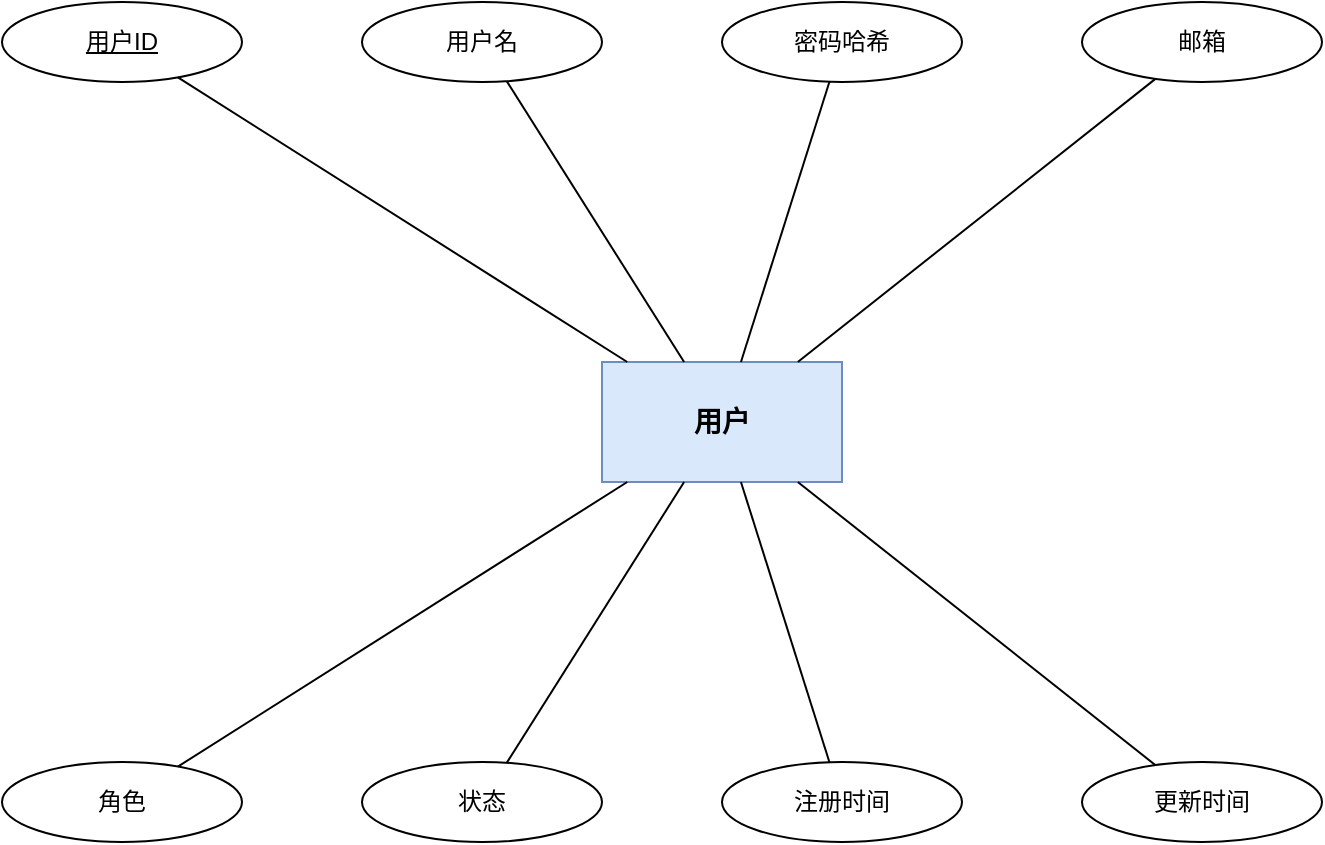
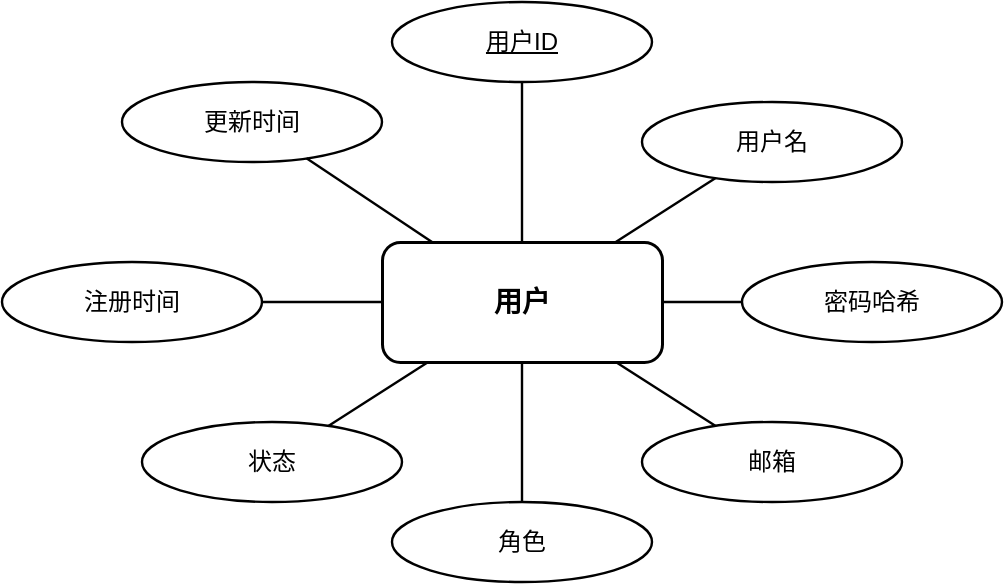
- <mxfile host="app.diagrams.net" type="device">
+ <mxfile host="Electron">
  <diagram name="用户实体属性图" id="entUser">
-     <mxGraphModel dx="800" dy="500" grid="1" gridSize="10" guides="1" tooltips="1" connect="1" arrows="1" fold="1" page="1" pageScale="1" pageWidth="800" pageHeight="500" math="0" shadow="0">
+     <mxGraphModel dx="934" dy="662" grid="1" gridSize="10" guides="1" tooltips="1" connect="1" arrows="1" fold="1" page="1" pageScale="1" pageWidth="1000" pageHeight="720" math="0" shadow="0">
      <root>
-         <mxCell id="0"/>
-         <mxCell id="1" parent="0"/>
-         <mxCell id="ent" value="用户" style="rounded=0;whiteSpace=wrap;html=1;fontSize=14;fontStyle=1;fillColor=#dae8fc;strokeColor=#6c8ebf;" vertex="1" parent="1"><mxGeometry x="340" y="220" width="120" height="60" as="geometry"/></mxCell>
-         <mxCell id="a1" value="&lt;u&gt;用户ID&lt;/u&gt;" style="ellipse;whiteSpace=wrap;html=1;fontSize=12;" vertex="1" parent="1"><mxGeometry x="40" y="40" width="120" height="40" as="geometry"/></mxCell>
-         <mxCell id="a2" value="用户名" style="ellipse;whiteSpace=wrap;html=1;fontSize=12;" vertex="1" parent="1"><mxGeometry x="220" y="40" width="120" height="40" as="geometry"/></mxCell>
-         <mxCell id="a3" value="密码哈希" style="ellipse;whiteSpace=wrap;html=1;fontSize=12;" vertex="1" parent="1"><mxGeometry x="400" y="40" width="120" height="40" as="geometry"/></mxCell>
-         <mxCell id="a4" value="邮箱" style="ellipse;whiteSpace=wrap;html=1;fontSize=12;" vertex="1" parent="1"><mxGeometry x="580" y="40" width="120" height="40" as="geometry"/></mxCell>
-         <mxCell id="a5" value="角色" style="ellipse;whiteSpace=wrap;html=1;fontSize=12;" vertex="1" parent="1"><mxGeometry x="40" y="420" width="120" height="40" as="geometry"/></mxCell>
-         <mxCell id="a6" value="状态" style="ellipse;whiteSpace=wrap;html=1;fontSize=12;" vertex="1" parent="1"><mxGeometry x="220" y="420" width="120" height="40" as="geometry"/></mxCell>
-         <mxCell id="a7" value="注册时间" style="ellipse;whiteSpace=wrap;html=1;fontSize=12;" vertex="1" parent="1"><mxGeometry x="400" y="420" width="120" height="40" as="geometry"/></mxCell>
-         <mxCell id="a8" value="更新时间" style="ellipse;whiteSpace=wrap;html=1;fontSize=12;" vertex="1" parent="1"><mxGeometry x="580" y="420" width="120" height="40" as="geometry"/></mxCell>
-         <mxCell id="e1" style="endArrow=none;html=1;" edge="1" parent="1" source="ent" target="a1"><mxGeometry relative="1" as="geometry"/></mxCell>
-         <mxCell id="e2" style="endArrow=none;html=1;" edge="1" parent="1" source="ent" target="a2"><mxGeometry relative="1" as="geometry"/></mxCell>
-         <mxCell id="e3" style="endArrow=none;html=1;" edge="1" parent="1" source="ent" target="a3"><mxGeometry relative="1" as="geometry"/></mxCell>
-         <mxCell id="e4" style="endArrow=none;html=1;" edge="1" parent="1" source="ent" target="a4"><mxGeometry relative="1" as="geometry"/></mxCell>
-         <mxCell id="e5" style="endArrow=none;html=1;" edge="1" parent="1" source="ent" target="a5"><mxGeometry relative="1" as="geometry"/></mxCell>
-         <mxCell id="e6" style="endArrow=none;html=1;" edge="1" parent="1" source="ent" target="a6"><mxGeometry relative="1" as="geometry"/></mxCell>
-         <mxCell id="e7" style="endArrow=none;html=1;" edge="1" parent="1" source="ent" target="a7"><mxGeometry relative="1" as="geometry"/></mxCell>
-         <mxCell id="e8" style="endArrow=none;html=1;" edge="1" parent="1" source="ent" target="a8"><mxGeometry relative="1" as="geometry"/></mxCell>
+         <mxCell id="0" />
+         <mxCell id="1" parent="0" />
+         <mxCell id="ent" parent="1" style="rounded=1;whiteSpace=wrap;html=1;fontSize=14;fontStyle=1;strokeWidth=1.5;labelBackgroundColor=none;" value="用户" vertex="1">
+           <mxGeometry height="60" width="140" x="430" y="330" as="geometry" />
+         </mxCell>
+         <mxCell id="a1" parent="1" style="ellipse;whiteSpace=wrap;html=1;fontSize=12;strokeWidth=1.2;labelBackgroundColor=none;rounded=1;" value="&lt;u&gt;用户ID&lt;/u&gt;" vertex="1">
+           <mxGeometry height="40" width="130" x="435" y="210" as="geometry" />
+         </mxCell>
+         <mxCell id="a2" parent="1" style="ellipse;whiteSpace=wrap;html=1;fontSize=12;strokeWidth=1.2;labelBackgroundColor=none;rounded=1;" value="用户名" vertex="1">
+           <mxGeometry height="40" width="130" x="560" y="260" as="geometry" />
+         </mxCell>
+         <mxCell id="a3" parent="1" style="ellipse;whiteSpace=wrap;html=1;fontSize=12;strokeWidth=1.2;labelBackgroundColor=none;rounded=1;" value="密码哈希" vertex="1">
+           <mxGeometry height="40" width="130" x="610" y="340" as="geometry" />
+         </mxCell>
+         <mxCell id="a4" parent="1" style="ellipse;whiteSpace=wrap;html=1;fontSize=12;strokeWidth=1.2;labelBackgroundColor=none;rounded=1;" value="邮箱" vertex="1">
+           <mxGeometry height="40" width="130" x="560" y="420" as="geometry" />
+         </mxCell>
+         <mxCell id="a5" parent="1" style="ellipse;whiteSpace=wrap;html=1;fontSize=12;strokeWidth=1.2;labelBackgroundColor=none;rounded=1;" value="角色" vertex="1">
+           <mxGeometry height="40" width="130" x="435" y="460" as="geometry" />
+         </mxCell>
+         <mxCell id="a6" parent="1" style="ellipse;whiteSpace=wrap;html=1;fontSize=12;strokeWidth=1.2;labelBackgroundColor=none;rounded=1;" value="状态" vertex="1">
+           <mxGeometry height="40" width="130" x="310" y="420" as="geometry" />
+         </mxCell>
+         <mxCell id="a7" parent="1" style="ellipse;whiteSpace=wrap;html=1;fontSize=12;strokeWidth=1.2;labelBackgroundColor=none;rounded=1;" value="注册时间" vertex="1">
+           <mxGeometry height="40" width="130" x="240" y="340" as="geometry" />
+         </mxCell>
+         <mxCell id="a8" parent="1" style="ellipse;whiteSpace=wrap;html=1;fontSize=12;strokeWidth=1.2;labelBackgroundColor=none;rounded=1;" value="更新时间" vertex="1">
+           <mxGeometry height="40" width="130" x="300" y="250" as="geometry" />
+         </mxCell>
+         <mxCell id="e1" edge="1" parent="1" source="ent" style="endArrow=none;html=1;strokeWidth=1.2;labelBackgroundColor=none;fontColor=default;" target="a1">
+           <mxGeometry relative="1" as="geometry" />
+         </mxCell>
+         <mxCell id="e2" edge="1" parent="1" source="ent" style="endArrow=none;html=1;strokeWidth=1.2;labelBackgroundColor=none;fontColor=default;" target="a2">
+           <mxGeometry relative="1" as="geometry" />
+         </mxCell>
+         <mxCell id="e3" edge="1" parent="1" source="ent" style="endArrow=none;html=1;strokeWidth=1.2;labelBackgroundColor=none;fontColor=default;" target="a3">
+           <mxGeometry relative="1" as="geometry" />
+         </mxCell>
+         <mxCell id="e4" edge="1" parent="1" source="ent" style="endArrow=none;html=1;strokeWidth=1.2;labelBackgroundColor=none;fontColor=default;" target="a4">
+           <mxGeometry relative="1" as="geometry" />
+         </mxCell>
+         <mxCell id="e5" edge="1" parent="1" source="ent" style="endArrow=none;html=1;strokeWidth=1.2;labelBackgroundColor=none;fontColor=default;" target="a5">
+           <mxGeometry relative="1" as="geometry" />
+         </mxCell>
+         <mxCell id="e6" edge="1" parent="1" source="ent" style="endArrow=none;html=1;strokeWidth=1.2;labelBackgroundColor=none;fontColor=default;" target="a6">
+           <mxGeometry relative="1" as="geometry" />
+         </mxCell>
+         <mxCell id="e7" edge="1" parent="1" source="ent" style="endArrow=none;html=1;strokeWidth=1.2;labelBackgroundColor=none;fontColor=default;" target="a7">
+           <mxGeometry relative="1" as="geometry" />
+         </mxCell>
+         <mxCell id="e8" edge="1" parent="1" source="ent" style="endArrow=none;html=1;strokeWidth=1.2;labelBackgroundColor=none;fontColor=default;" target="a8">
+           <mxGeometry relative="1" as="geometry" />
+         </mxCell>
      </root>
    </mxGraphModel>
  </diagram>
</mxfile>
